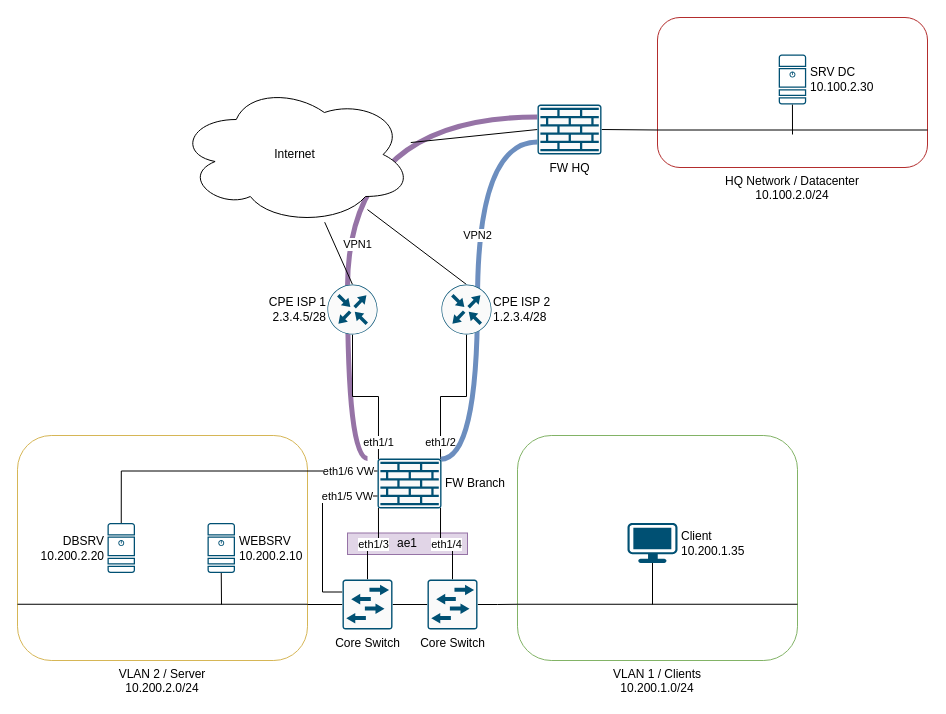
This is PAN_WORKSHOP_2021.drawio from t11z/pan-workshop, a draw.io file, before an edit. Source tidied: cells renumbered, new cells numbered last; positions are measured from the earlier drawing's top-left corner, leaving out a move shared by most shapes. Both pictures are drawn from the tidied source at 100%, with x=0, y=0 at pixel (17, 17).
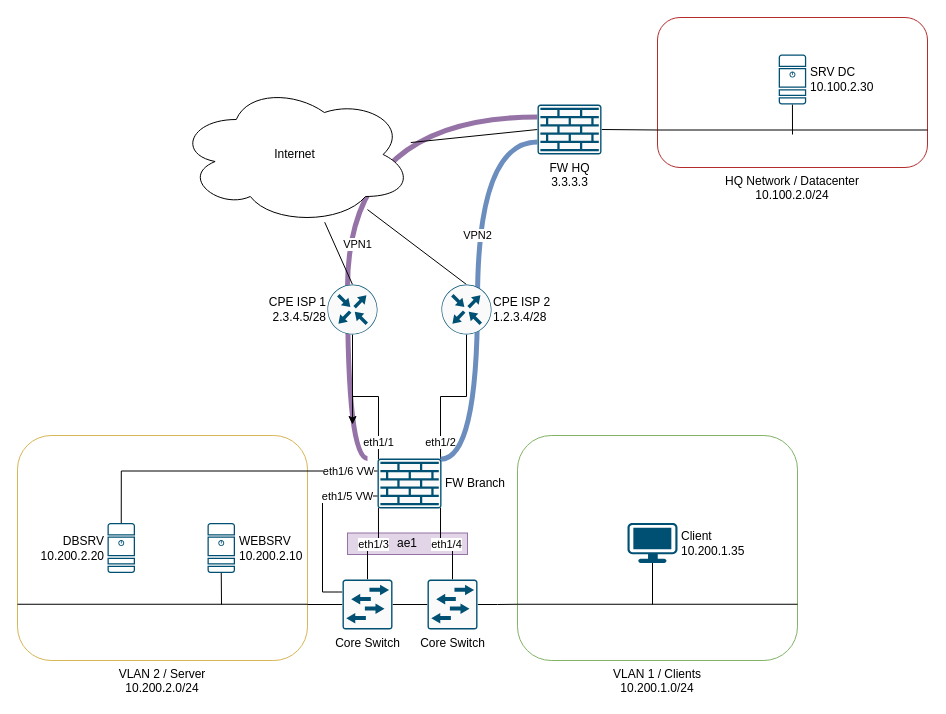
After the change.

Unchanged cells that the change refers to:
```xml
<mxCell id="23" value="CPE ISP 1&lt;br&gt;2.3.4.5/28" style="points=[[0.5,0,0],[1,0.5,0],[0.5,1,0],[0,0.5,0],[0.145,0.145,0],[0.8555,0.145,0],[0.855,0.8555,0],[0.145,0.855,0]];verticalLabelPosition=middle;html=1;verticalAlign=middle;align=right;shape=mxgraph.cisco19.rect;prIcon=router;fillColor=#FAFAFA;strokeColor=#005073;labelPosition=left;" parent="1" vertex="1">
  <mxGeometry x="310" y="267" width="50" height="50" as="geometry" />
</mxCell>
```

Change to the diagram source:
```diff
@@
+    <mxCell id="38" style="edgeStyle=orthogonalEdgeStyle;rounded=0;jettySize=auto;html=1;exitX=0.5;exitY=1;exitDx=0;exitDy=0;exitPerimeter=0;" parent="1" edge="1" source="23">
+      <mxGeometry relative="1" as="geometry">
+        <mxPoint x="335" y="407" as="targetPoint" />
+      </mxGeometry>
+    </mxCell>
@@
-    <mxCell id="32" value="FW HQ" style="points=[[0.015,0.015,0],[0.985,0.015,0],[0.985,0.985,0],[0.015,0.985,0],[0.25,0,0],[0.5,0,0],[0.75,0,0],[1,0.25,0],[1,0.5,0],[1,0.75,0],[0.75,1,0],[0.5,1,0],[0.25,1,0],[0,0.75,0],[0,0.5,0],[0,0.25,0]];verticalLabelPosition=bottom;html=1;verticalAlign=top;align=center;shape=mxgraph.cisco19.rect;prIcon=firewall;fillColor=#FAFAFA;strokeColor=#005073;" parent="1" vertex="1">
+    <mxCell id="32" value="FW HQ&lt;br&gt;3.3.3.3" style="points=[[0.015,0.015,0],[0.985,0.015,0],[0.985,0.985,0],[0.015,0.985,0],[0.25,0,0],[0.5,0,0],[0.75,0,0],[1,0.25,0],[1,0.5,0],[1,0.75,0],[0.75,1,0],[0.5,1,0],[0.25,1,0],[0,0.75,0],[0,0.5,0],[0,0.25,0]];verticalLabelPosition=bottom;html=1;verticalAlign=top;align=center;shape=mxgraph.cisco19.rect;prIcon=firewall;fillColor=#FAFAFA;strokeColor=#005073;" parent="1" vertex="1">
       <mxGeometry x="520" y="87" width="64" height="50" as="geometry" />
     </mxCell>
```
